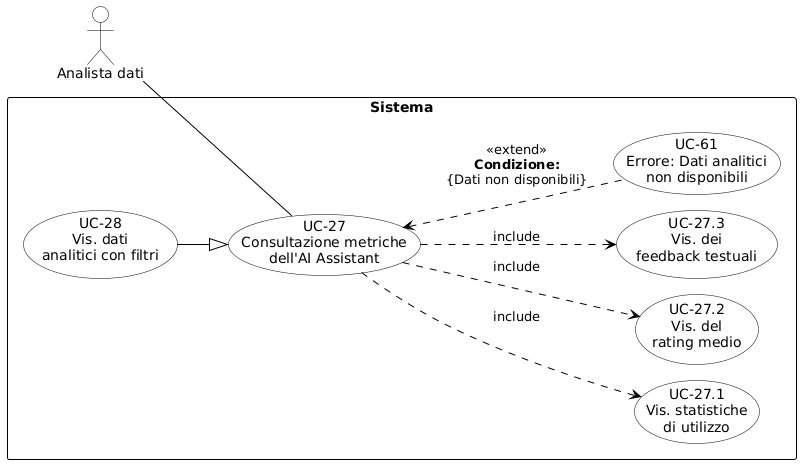
Above: RTB/Analisi dei Requisiti/diagrammi_use_case/UC-27.png in aLittleByte-19/Documentazione (PlantUML), before the change.
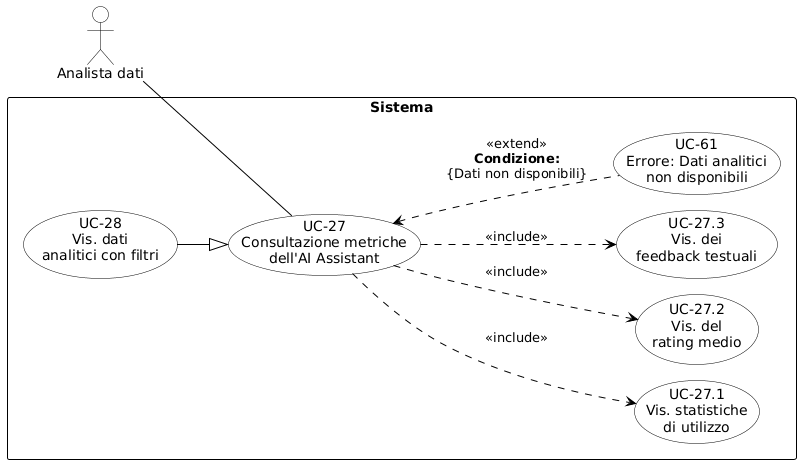
After the change.

Diff of the diagram source:
```diff
@@ -30,9 +30,9 @@
     usecase "UC-28\nVis. dati\nanalitici con filtri" as UC28
     usecase "UC-61\nErrore: Dati analitici\nnon disponibili" as UC61
 
-    UC27 .down.> UC27_1 : «include»
-    UC27 .down.> UC27_2 : «include»
-    UC27 .down.> UC27_3 : «include»
+    UC27 .down.> UC27_1 : \n«include»
+    UC27 .down.> UC27_2 : \n«include»
+    UC27 .down.> UC27_3 : \n«include»
 
     UC27 <|-up- UC28
 
```
